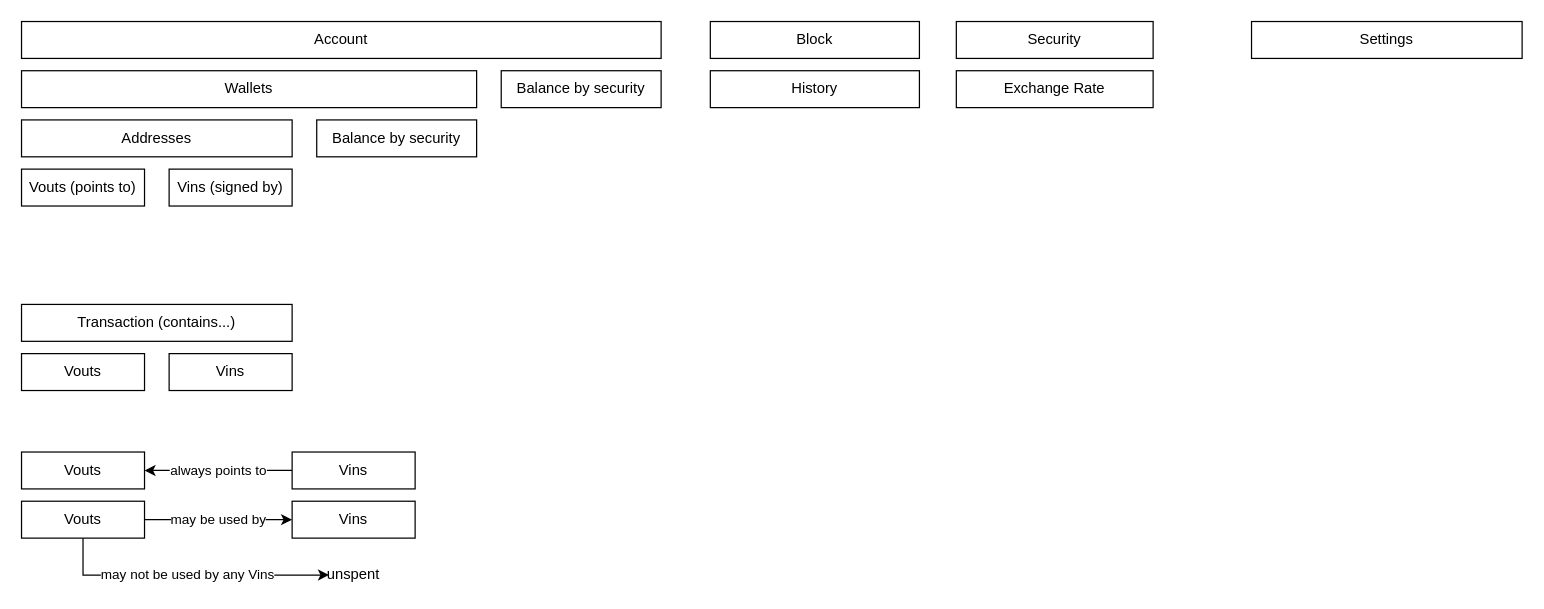
Above: raven_back/docs/diagrams/hierarchy.drawio in moontreeapp/moontree (draw.io), before the change. Source tidied: cells renumbered, new cells numbered last; positions are measured from the earlier drawing's top-left corner, leaving out a move shared by most shapes. Both pictures are drawn from the tidied source at 123%, with x=0, y=0 at pixel (21, 21).
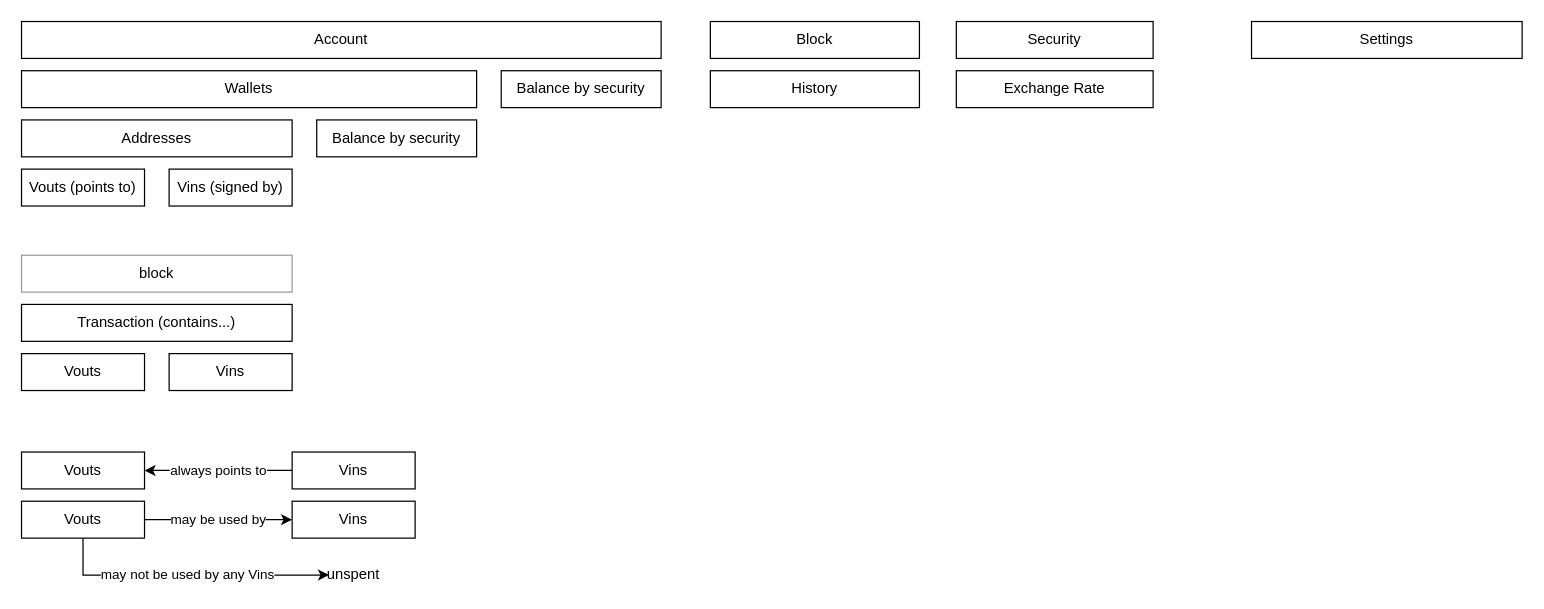
Above is the later version.

Change to the diagram source:
```diff
@@
+    <mxCell id="25" value="block" style="rounded=0;whiteSpace=wrap;html=1;strokeColor=#999999;" parent="1" vertex="1">
+      <mxGeometry y="190" width="220" height="30" as="geometry" />
+    </mxCell>
```
